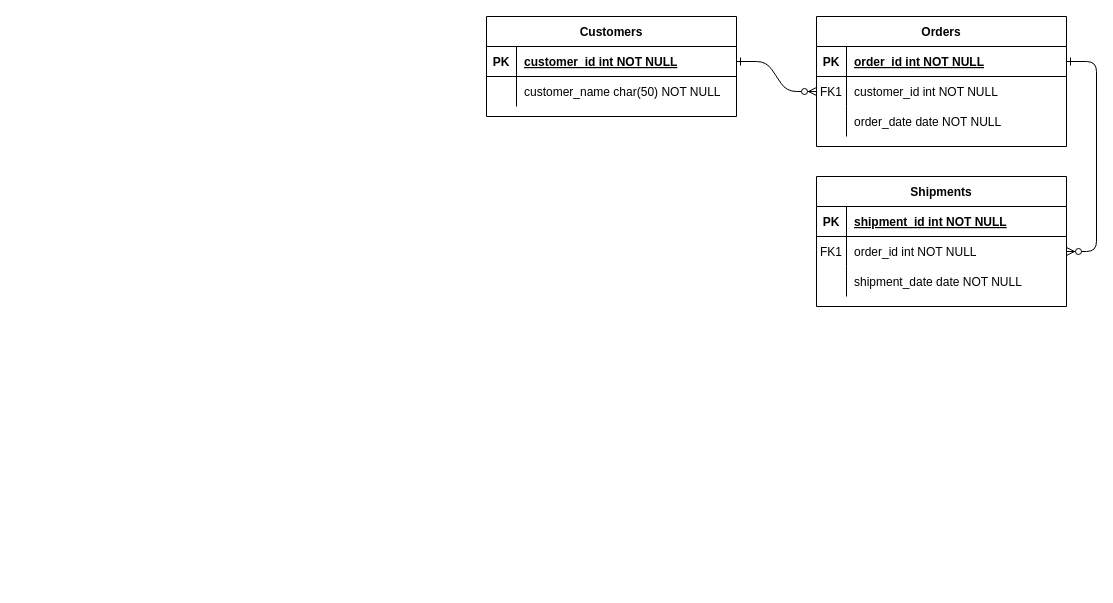
Earlier version of the draw.io diagram daily_assignment.drawio (ahmadanwar93/SET_Day_28). Source tidied: cells renumbered, new cells numbered last; positions are measured from the earlier drawing's top-left corner, leaving out a move shared by most shapes. Both pictures are drawn from the tidied source at 100%, with x=0, y=0 at pixel (486, 16).
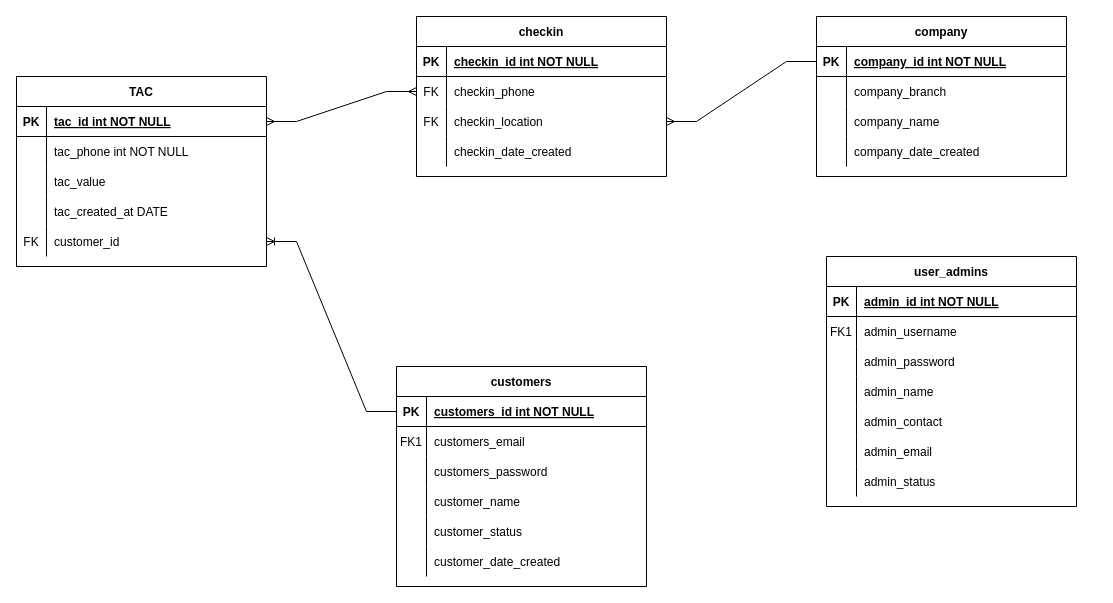
Above is the later version.

The change refers to these unchanged cells:
```xml
<mxCell id="5" style="shape=partialRectangle;fillColor=none;points=[[0,0.5],[1,0.5]];portConstraint=eastwest;top=0;left=0;right=0;bottom=1;" parent="4" vertex="1">
  <mxGeometry y="30" width="250" height="30" as="geometry" />
</mxCell>
<mxCell id="15" style="shape=partialRectangle;fillColor=none;top=0;left=0;right=0;bottom=1;" parent="14" vertex="1">
  <mxGeometry y="30" width="250" height="30" as="geometry" />
</mxCell>
<mxCell id="18" style="shape=partialRectangle;fillColor=none;points=[[0,0.5],[1,0.5]];portConstraint=eastwest;top=0;left=0;right=0;bottom=0;" parent="14" vertex="1">
  <mxGeometry y="60" width="250" height="30" as="geometry" />
</mxCell>
<mxCell id="25" style="shape=partialRectangle;fillColor=none;points=[[0,0.5],[1,0.5]];portConstraint=eastwest;top=0;left=0;right=0;bottom=1;" parent="24" vertex="1">
  <mxGeometry y="30" width="250" height="30" as="geometry" />
</mxCell>
```

Diff of the diagram source:
```diff
@@
-    <mxCell id="2" style="edgeStyle=entityRelationEdgeStyle;endArrow=ERzeroToMany;startArrow=ERone;endFill=1;startFill=0;" parent="1" edge="1" source="25" target="8">
-      <mxGeometry relative="1" as="geometry" />
-    </mxCell>
-    <mxCell id="3" style="edgeStyle=entityRelationEdgeStyle;endArrow=ERzeroToMany;startArrow=ERone;endFill=1;startFill=0;" parent="1" edge="1" source="5" target="18">
-      <mxGeometry relative="1" as="geometry" />
-    </mxCell>
-    <mxCell id="4" value="Orders" style="shape=table;startSize=30;childLayout=tableLayout;rowLines=0;fontStyle=1;align=center;" parent="1" vertex="1">
-      <mxGeometry x="330" width="250" height="130" as="geometry" />
+    <mxCell id="4" value="company" style="shape=table;startSize=30;childLayout=tableLayout;rowLines=0;fontStyle=1;align=center;" parent="1" vertex="1">
+      <mxGeometry x="330" width="250" height="160" as="geometry" />
     </mxCell>
@@
-    <mxCell id="7" value="order_id int NOT NULL " style="shape=partialRectangle;overflow=hidden;fillColor=none;top=0;left=0;bottom=0;right=0;align=left;spacingLeft=6;fontStyle=5;" parent="5" vertex="1">
+    <mxCell id="7" value="company_id int NOT NULL " style="shape=partialRectangle;overflow=hidden;fillColor=none;top=0;left=0;bottom=0;right=0;align=left;spacingLeft=6;fontStyle=5;" parent="5" vertex="1">
       <mxGeometry x="30" width="220" height="30" as="geometry" />
     </mxCell>
+    <mxCell id="11" style="shape=partialRectangle;fillColor=none;top=0;left=0;right=0;bottom=0;" parent="4" vertex="1">
+      <mxGeometry y="60" width="250" height="30" as="geometry" />
+    </mxCell>
+    <mxCell id="12" style="shape=partialRectangle;overflow=hidden;fillColor=none;top=0;left=0;bottom=0;right=0;" parent="11" vertex="1">
+      <mxGeometry width="30" height="30" as="geometry" />
+    </mxCell>
+    <mxCell id="13" value="company_branch" style="shape=partialRectangle;overflow=hidden;fillColor=none;top=0;left=0;bottom=0;right=0;align=left;spacingLeft=6;" parent="11" vertex="1">
+      <mxGeometry x="30" width="220" height="30" as="geometry" />
+    </mxCell>
     <mxCell id="8" style="shape=partialRectangle;fillColor=none;points=[[0,0.5],[1,0.5]];portConstraint=eastwest;top=0;left=0;right=0;bottom=0;" parent="4" vertex="1">
-      <mxGeometry y="60" width="250" height="30" as="geometry" />
+      <mxGeometry y="90" width="250" height="30" as="geometry" />
     </mxCell>
-    <mxCell id="9" value="FK1" style="shape=partialRectangle;overflow=hidden;fillColor=none;top=0;left=0;bottom=0;right=0;" parent="8" vertex="1">
+    <mxCell id="9" style="shape=partialRectangle;overflow=hidden;fillColor=none;top=0;left=0;bottom=0;right=0;" parent="8" vertex="1">
       <mxGeometry width="30" height="30" as="geometry" />
     </mxCell>
-    <mxCell id="10" value="customer_id int NOT NULL" style="shape=partialRectangle;overflow=hidden;fillColor=none;top=0;left=0;bottom=0;right=0;align=left;spacingLeft=6;" parent="8" vertex="1">
+    <mxCell id="10" value="company_name" style="shape=partialRectangle;overflow=hidden;fillColor=none;top=0;left=0;bottom=0;right=0;align=left;spacingLeft=6;" parent="8" vertex="1">
       <mxGeometry x="30" width="220" height="30" as="geometry" />
     </mxCell>
-    <mxCell id="11" style="shape=partialRectangle;fillColor=none;top=0;left=0;right=0;bottom=0;" parent="4" vertex="1">
-      <mxGeometry y="90" width="250" height="30" as="geometry" />
-    </mxCell>
-    <mxCell id="12" style="shape=partialRectangle;overflow=hidden;fillColor=none;top=0;left=0;bottom=0;right=0;" parent="11" vertex="1">
-      <mxGeometry width="30" height="30" as="geometry" />
-    </mxCell>
-    <mxCell id="13" value="order_date date NOT NULL" style="shape=partialRectangle;overflow=hidden;fillColor=none;top=0;left=0;bottom=0;right=0;align=left;spacingLeft=6;" parent="11" vertex="1">
-      <mxGeometry x="30" width="220" height="30" as="geometry" />
-    </mxCell>
+    <mxCell id="31" style="shape=partialRectangle;fillColor=none;top=0;left=0;right=0;bottom=0;" parent="4" vertex="1">
+      <mxGeometry y="120" width="250" height="30" as="geometry" />
+    </mxCell>
+    <mxCell id="32" style="shape=partialRectangle;overflow=hidden;fillColor=none;top=0;left=0;bottom=0;right=0;" parent="31" vertex="1">
+      <mxGeometry width="30" height="30" as="geometry" />
+    </mxCell>
+    <mxCell id="33" value="company_date_created" style="shape=partialRectangle;overflow=hidden;fillColor=none;top=0;left=0;bottom=0;right=0;align=left;spacingLeft=6;" parent="31" vertex="1">
+      <mxGeometry x="30" width="220" height="30" as="geometry" />
+    </mxCell>
-    <mxCell id="14" value="Shipments" style="shape=table;startSize=30;childLayout=tableLayout;rowLines=0;fontStyle=1;align=center;" parent="1" vertex="1">
-      <mxGeometry x="330" y="160" width="250" height="130" as="geometry" />
+    <mxCell id="14" value="user_admins" style="shape=table;startSize=30;childLayout=tableLayout;rowLines=0;fontStyle=1;align=center;" parent="1" vertex="1">
+      <mxGeometry x="340" y="240" width="250" height="250" as="geometry" />
     </mxCell>
@@
-    <mxCell id="17" value="shipment_id int NOT NULL " style="shape=partialRectangle;overflow=hidden;fillColor=none;top=0;left=0;bottom=0;right=0;align=left;spacingLeft=6;fontStyle=5;" parent="15" vertex="1">
+    <mxCell id="17" value="admin_id int NOT NULL " style="shape=partialRectangle;overflow=hidden;fillColor=none;top=0;left=0;bottom=0;right=0;align=left;spacingLeft=6;fontStyle=5;" parent="15" vertex="1">
       <mxGeometry x="30" width="220" height="30" as="geometry" />
     </mxCell>
@@
-    <mxCell id="20" value="order_id int NOT NULL" style="shape=partialRectangle;overflow=hidden;fillColor=none;top=0;left=0;bottom=0;right=0;align=left;spacingLeft=6;" parent="18" vertex="1">
+    <mxCell id="20" value="admin_username" style="shape=partialRectangle;overflow=hidden;fillColor=none;top=0;left=0;bottom=0;right=0;align=left;spacingLeft=6;" parent="18" vertex="1">
       <mxGeometry x="30" width="220" height="30" as="geometry" />
     </mxCell>
+    <mxCell id="34" style="shape=partialRectangle;fillColor=none;top=0;left=0;right=0;bottom=0;" parent="14" vertex="1">
+      <mxGeometry y="90" width="250" height="30" as="geometry" />
+    </mxCell>
+    <mxCell id="35" style="shape=partialRectangle;overflow=hidden;fillColor=none;top=0;left=0;bottom=0;right=0;" parent="34" vertex="1">
+      <mxGeometry width="30" height="30" as="geometry" />
+    </mxCell>
+    <mxCell id="36" value="admin_password" style="shape=partialRectangle;overflow=hidden;fillColor=none;top=0;left=0;bottom=0;right=0;align=left;spacingLeft=6;" parent="34" vertex="1">
+      <mxGeometry x="30" width="220" height="30" as="geometry" />
+    </mxCell>
     <mxCell id="21" style="shape=partialRectangle;fillColor=none;top=0;left=0;right=0;bottom=0;" parent="14" vertex="1">
-      <mxGeometry y="90" width="250" height="30" as="geometry" />
+      <mxGeometry y="120" width="250" height="30" as="geometry" />
     </mxCell>
@@
-    <mxCell id="23" value="shipment_date date NOT NULL" style="shape=partialRectangle;overflow=hidden;fillColor=none;top=0;left=0;bottom=0;right=0;align=left;spacingLeft=6;" parent="21" vertex="1">
+    <mxCell id="23" value="admin_name" style="shape=partialRectangle;overflow=hidden;fillColor=none;top=0;left=0;bottom=0;right=0;align=left;spacingLeft=6;" parent="21" vertex="1">
       <mxGeometry x="30" width="220" height="30" as="geometry" />
     </mxCell>
+    <mxCell id="37" style="shape=partialRectangle;fillColor=none;top=0;left=0;right=0;bottom=0;" parent="14" vertex="1">
+      <mxGeometry y="150" width="250" height="30" as="geometry" />
+    </mxCell>
+    <mxCell id="38" style="shape=partialRectangle;overflow=hidden;fillColor=none;top=0;left=0;bottom=0;right=0;" parent="37" vertex="1">
+      <mxGeometry width="30" height="30" as="geometry" />
+    </mxCell>
+    <mxCell id="39" value="admin_contact" style="shape=partialRectangle;overflow=hidden;fillColor=none;top=0;left=0;bottom=0;right=0;align=left;spacingLeft=6;" parent="37" vertex="1">
+      <mxGeometry x="30" width="220" height="30" as="geometry" />
+    </mxCell>
+    <mxCell id="40" style="shape=partialRectangle;fillColor=none;top=0;left=0;right=0;bottom=0;" parent="14" vertex="1">
+      <mxGeometry y="180" width="250" height="30" as="geometry" />
+    </mxCell>
+    <mxCell id="41" style="shape=partialRectangle;overflow=hidden;fillColor=none;top=0;left=0;bottom=0;right=0;" parent="40" vertex="1">
+      <mxGeometry width="30" height="30" as="geometry" />
+    </mxCell>
+    <mxCell id="42" value="admin_email" style="shape=partialRectangle;overflow=hidden;fillColor=none;top=0;left=0;bottom=0;right=0;align=left;spacingLeft=6;" parent="40" vertex="1">
+      <mxGeometry x="30" width="220" height="30" as="geometry" />
+    </mxCell>
+    <mxCell id="43" style="shape=partialRectangle;fillColor=none;top=0;left=0;right=0;bottom=0;" parent="14" vertex="1">
+      <mxGeometry y="210" width="250" height="30" as="geometry" />
+    </mxCell>
+    <mxCell id="44" style="shape=partialRectangle;overflow=hidden;fillColor=none;top=0;left=0;bottom=0;right=0;" parent="43" vertex="1">
+      <mxGeometry width="30" height="30" as="geometry" />
+    </mxCell>
+    <mxCell id="45" value="admin_status" style="shape=partialRectangle;overflow=hidden;fillColor=none;top=0;left=0;bottom=0;right=0;align=left;spacingLeft=6;" parent="43" vertex="1">
+      <mxGeometry x="30" width="220" height="30" as="geometry" />
+    </mxCell>
-    <mxCell id="24" value="Customers" style="shape=table;startSize=30;childLayout=tableLayout;rowLines=0;fontStyle=1;align=center;" parent="1" vertex="1">
-      <mxGeometry width="250" height="100" as="geometry" />
+    <mxCell id="24" value="checkin" style="shape=table;startSize=30;childLayout=tableLayout;rowLines=0;fontStyle=1;align=center;" parent="1" vertex="1">
+      <mxGeometry x="-70" width="250" height="160" as="geometry" />
     </mxCell>
@@
-    <mxCell id="27" value="customer_id int NOT NULL " style="shape=partialRectangle;overflow=hidden;fillColor=none;top=0;left=0;bottom=0;right=0;align=left;spacingLeft=6;fontStyle=5;" parent="25" vertex="1">
+    <mxCell id="27" value="checkin_id int NOT NULL " style="shape=partialRectangle;overflow=hidden;fillColor=none;top=0;left=0;bottom=0;right=0;align=left;spacingLeft=6;fontStyle=5;" parent="25" vertex="1">
       <mxGeometry x="30" width="220" height="30" as="geometry" />
     </mxCell>
+    <mxCell id="46" style="shape=partialRectangle;fillColor=none;points=[[0,0.5],[1,0.5]];portConstraint=eastwest;top=0;left=0;right=0;bottom=0;" parent="24" vertex="1">
+      <mxGeometry y="60" width="250" height="30" as="geometry" />
+    </mxCell>
+    <mxCell id="47" value="FK" style="shape=partialRectangle;overflow=hidden;fillColor=none;top=0;left=0;bottom=0;right=0;" parent="46" vertex="1">
+      <mxGeometry width="30" height="30" as="geometry" />
+    </mxCell>
+    <mxCell id="48" value="checkin_phone" style="shape=partialRectangle;overflow=hidden;fillColor=none;top=0;left=0;bottom=0;right=0;align=left;spacingLeft=6;" parent="46" vertex="1">
+      <mxGeometry x="30" width="220" height="30" as="geometry" />
+    </mxCell>
+    <mxCell id="49" style="shape=partialRectangle;fillColor=none;points=[[0,0.5],[1,0.5]];portConstraint=eastwest;top=0;left=0;right=0;bottom=0;" parent="24" vertex="1">
+      <mxGeometry y="90" width="250" height="30" as="geometry" />
+    </mxCell>
+    <mxCell id="50" value="FK" style="shape=partialRectangle;overflow=hidden;fillColor=none;top=0;left=0;bottom=0;right=0;" parent="49" vertex="1">
+      <mxGeometry width="30" height="30" as="geometry" />
+    </mxCell>
+    <mxCell id="51" value="checkin_location" style="shape=partialRectangle;overflow=hidden;fillColor=none;top=0;left=0;bottom=0;right=0;align=left;spacingLeft=6;" parent="49" vertex="1">
+      <mxGeometry x="30" width="220" height="30" as="geometry" />
+    </mxCell>
     <mxCell id="28" style="shape=partialRectangle;fillColor=none;top=0;left=0;right=0;bottom=0;" parent="24" vertex="1">
-      <mxGeometry y="60" width="250" height="30" as="geometry" />
+      <mxGeometry y="120" width="250" height="30" as="geometry" />
     </mxCell>
@@
-    <mxCell id="30" value="customer_name char(50) NOT NULL" style="shape=partialRectangle;overflow=hidden;fillColor=none;top=0;left=0;bottom=0;right=0;align=left;spacingLeft=6;" parent="28" vertex="1">
+    <mxCell id="30" value="checkin_date_created" style="shape=partialRectangle;overflow=hidden;fillColor=none;top=0;left=0;bottom=0;right=0;align=left;spacingLeft=6;" parent="28" vertex="1">
       <mxGeometry x="30" width="220" height="30" as="geometry" />
     </mxCell>
+    <mxCell id="52" value="TAC" style="shape=table;startSize=30;childLayout=tableLayout;rowLines=0;fontStyle=1;align=center;" parent="1" vertex="1">
+      <mxGeometry x="-470" y="60" width="250" height="190" as="geometry" />
+    </mxCell>
+    <mxCell id="53" style="shape=partialRectangle;fillColor=none;points=[[0,0.5],[1,0.5]];portConstraint=eastwest;top=0;left=0;right=0;bottom=1;" parent="52" vertex="1">
+      <mxGeometry y="30" width="250" height="30" as="geometry" />
+    </mxCell>
+    <mxCell id="54" value="PK" style="shape=partialRectangle;overflow=hidden;fillColor=none;top=0;left=0;bottom=0;right=0;fontStyle=1;" parent="53" vertex="1">
+      <mxGeometry width="30" height="30" as="geometry" />
+    </mxCell>
+    <mxCell id="55" value="tac_id int NOT NULL " style="shape=partialRectangle;overflow=hidden;fillColor=none;top=0;left=0;bottom=0;right=0;align=left;spacingLeft=6;fontStyle=5;" parent="53" vertex="1">
+      <mxGeometry x="30" width="220" height="30" as="geometry" />
+    </mxCell>
+    <mxCell id="56" style="shape=partialRectangle;fillColor=none;top=0;left=0;right=0;bottom=0;" parent="52" vertex="1">
+      <mxGeometry y="60" width="250" height="30" as="geometry" />
+    </mxCell>
+    <mxCell id="57" style="shape=partialRectangle;overflow=hidden;fillColor=none;top=0;left=0;bottom=0;right=0;" parent="56" vertex="1">
+      <mxGeometry width="30" height="30" as="geometry" />
+    </mxCell>
+    <mxCell id="58" value="tac_phone int NOT NULL" style="shape=partialRectangle;overflow=hidden;fillColor=none;top=0;left=0;bottom=0;right=0;align=left;spacingLeft=6;" parent="56" vertex="1">
+      <mxGeometry x="30" width="220" height="30" as="geometry" />
+    </mxCell>
+    <mxCell id="59" style="shape=partialRectangle;fillColor=none;top=0;left=0;right=0;bottom=0;" parent="52" vertex="1">
+      <mxGeometry y="90" width="250" height="30" as="geometry" />
+    </mxCell>
+    <mxCell id="60" style="shape=partialRectangle;overflow=hidden;fillColor=none;top=0;left=0;bottom=0;right=0;" parent="59" vertex="1">
+      <mxGeometry width="30" height="30" as="geometry" />
+    </mxCell>
+    <mxCell id="61" value="tac_value  " style="shape=partialRectangle;overflow=hidden;fillColor=none;top=0;left=0;bottom=0;right=0;align=left;spacingLeft=6;" parent="59" vertex="1">
+      <mxGeometry x="30" width="220" height="30" as="geometry" />
+    </mxCell>
+    <mxCell id="62" style="shape=partialRectangle;fillColor=none;top=0;left=0;right=0;bottom=0;" parent="52" vertex="1">
+      <mxGeometry y="120" width="250" height="30" as="geometry" />
+    </mxCell>
+    <mxCell id="63" style="shape=partialRectangle;overflow=hidden;fillColor=none;top=0;left=0;bottom=0;right=0;" parent="62" vertex="1">
+      <mxGeometry width="30" height="30" as="geometry" />
+    </mxCell>
+    <mxCell id="64" value="tac_created_at DATE" style="shape=partialRectangle;overflow=hidden;fillColor=none;top=0;left=0;bottom=0;right=0;align=left;spacingLeft=6;" parent="62" vertex="1">
+      <mxGeometry x="30" width="220" height="30" as="geometry" />
+    </mxCell>
+    <mxCell id="65" style="shape=partialRectangle;fillColor=none;points=[[0,0.5],[1,0.5]];portConstraint=eastwest;top=0;left=0;right=0;bottom=0;" parent="52" vertex="1">
+      <mxGeometry y="150" width="250" height="30" as="geometry" />
+    </mxCell>
+    <mxCell id="66" value="FK" style="shape=partialRectangle;overflow=hidden;fillColor=none;top=0;left=0;bottom=0;right=0;" parent="65" vertex="1">
+      <mxGeometry width="30" height="30" as="geometry" />
+    </mxCell>
+    <mxCell id="67" value="customer_id" style="shape=partialRectangle;overflow=hidden;fillColor=none;top=0;left=0;bottom=0;right=0;align=left;spacingLeft=6;" parent="65" vertex="1">
+      <mxGeometry x="30" width="220" height="30" as="geometry" />
+    </mxCell>
+    <mxCell id="68" value="customers" style="shape=table;startSize=30;childLayout=tableLayout;rowLines=0;fontStyle=1;align=center;" parent="1" vertex="1">
+      <mxGeometry x="-90" y="350" width="250" height="220" as="geometry" />
+    </mxCell>
+    <mxCell id="69" style="shape=partialRectangle;fillColor=none;points=[[0,0.5],[1,0.5]];portConstraint=eastwest;top=0;left=0;right=0;bottom=1;" parent="68" vertex="1">
+      <mxGeometry y="30" width="250" height="30" as="geometry" />
+    </mxCell>
+    <mxCell id="70" value="PK" style="shape=partialRectangle;overflow=hidden;fillColor=none;top=0;left=0;bottom=0;right=0;fontStyle=1;" parent="69" vertex="1">
+      <mxGeometry width="30" height="30" as="geometry" />
+    </mxCell>
+    <mxCell id="71" value="customers_id int NOT NULL " style="shape=partialRectangle;overflow=hidden;fillColor=none;top=0;left=0;bottom=0;right=0;align=left;spacingLeft=6;fontStyle=5;" parent="69" vertex="1">
+      <mxGeometry x="30" width="220" height="30" as="geometry" />
+    </mxCell>
+    <mxCell id="72" style="shape=partialRectangle;fillColor=none;top=0;left=0;right=0;bottom=0;" parent="68" vertex="1">
+      <mxGeometry y="60" width="250" height="30" as="geometry" />
+    </mxCell>
+    <mxCell id="73" value="FK1" style="shape=partialRectangle;overflow=hidden;fillColor=none;top=0;left=0;bottom=0;right=0;" parent="72" vertex="1">
+      <mxGeometry width="30" height="30" as="geometry" />
+    </mxCell>
+    <mxCell id="74" value="customers_email" style="shape=partialRectangle;overflow=hidden;fillColor=none;top=0;left=0;bottom=0;right=0;align=left;spacingLeft=6;" parent="72" vertex="1">
+      <mxGeometry x="30" width="220" height="30" as="geometry" />
+    </mxCell>
+    <mxCell id="75" style="shape=partialRectangle;fillColor=none;top=0;left=0;right=0;bottom=0;" parent="68" vertex="1">
+      <mxGeometry y="90" width="250" height="30" as="geometry" />
+    </mxCell>
+    <mxCell id="76" style="shape=partialRectangle;overflow=hidden;fillColor=none;top=0;left=0;bottom=0;right=0;" parent="75" vertex="1">
+      <mxGeometry width="30" height="30" as="geometry" />
+    </mxCell>
+    <mxCell id="77" value="customers_password" style="shape=partialRectangle;overflow=hidden;fillColor=none;top=0;left=0;bottom=0;right=0;align=left;spacingLeft=6;" parent="75" vertex="1">
+      <mxGeometry x="30" width="220" height="30" as="geometry" />
+    </mxCell>
+    <mxCell id="78" style="shape=partialRectangle;fillColor=none;top=0;left=0;right=0;bottom=0;" parent="68" vertex="1">
+      <mxGeometry y="120" width="250" height="30" as="geometry" />
+    </mxCell>
+    <mxCell id="79" style="shape=partialRectangle;overflow=hidden;fillColor=none;top=0;left=0;bottom=0;right=0;" parent="78" vertex="1">
+      <mxGeometry width="30" height="30" as="geometry" />
+    </mxCell>
+    <mxCell id="80" value="customer_name" style="shape=partialRectangle;overflow=hidden;fillColor=none;top=0;left=0;bottom=0;right=0;align=left;spacingLeft=6;" parent="78" vertex="1">
+      <mxGeometry x="30" width="220" height="30" as="geometry" />
+    </mxCell>
+    <mxCell id="81" style="shape=partialRectangle;fillColor=none;top=0;left=0;right=0;bottom=0;" parent="68" vertex="1">
+      <mxGeometry y="150" width="250" height="30" as="geometry" />
+    </mxCell>
+    <mxCell id="82" style="shape=partialRectangle;overflow=hidden;fillColor=none;top=0;left=0;bottom=0;right=0;" parent="81" vertex="1">
+      <mxGeometry width="30" height="30" as="geometry" />
+    </mxCell>
+    <mxCell id="83" value="customer_status" style="shape=partialRectangle;overflow=hidden;fillColor=none;top=0;left=0;bottom=0;right=0;align=left;spacingLeft=6;" parent="81" vertex="1">
+      <mxGeometry x="30" width="220" height="30" as="geometry" />
+    </mxCell>
+    <mxCell id="84" style="shape=partialRectangle;fillColor=none;top=0;left=0;right=0;bottom=0;" parent="68" vertex="1">
+      <mxGeometry y="180" width="250" height="30" as="geometry" />
+    </mxCell>
+    <mxCell id="85" style="shape=partialRectangle;overflow=hidden;fillColor=none;top=0;left=0;bottom=0;right=0;" parent="84" vertex="1">
+      <mxGeometry width="30" height="30" as="geometry" />
+    </mxCell>
+    <mxCell id="86" value="customer_date_created" style="shape=partialRectangle;overflow=hidden;fillColor=none;top=0;left=0;bottom=0;right=0;align=left;spacingLeft=6;" parent="84" vertex="1">
+      <mxGeometry x="30" width="220" height="30" as="geometry" />
+    </mxCell>
+    <mxCell id="87" style="edgeStyle=entityRelationEdgeStyle;fontSize=12;html=1;endArrow=ERoneToMany;rounded=0;exitX=0;exitY=0.5;exitDx=0;exitDy=0;entryX=1;entryY=0.5;entryDx=0;entryDy=0;" parent="1" edge="1" source="69" target="65">
+      <mxGeometry relative="1" as="geometry" />
+    </mxCell>
+    <mxCell id="88" style="edgeStyle=entityRelationEdgeStyle;fontSize=12;html=1;endArrow=ERmany;startArrow=ERmany;rounded=0;entryX=0;entryY=0.5;entryDx=0;entryDy=0;exitX=1;exitY=0.5;exitDx=0;exitDy=0;" parent="1" edge="1" source="53" target="46">
+      <mxGeometry relative="1" as="geometry" />
+    </mxCell>
+    <mxCell id="89" style="edgeStyle=entityRelationEdgeStyle;fontSize=12;html=1;endArrow=ERmany;rounded=0;entryX=1;entryY=0.5;entryDx=0;entryDy=0;exitX=0;exitY=0.5;exitDx=0;exitDy=0;" parent="1" edge="1" source="5" target="49">
+      <mxGeometry relative="1" as="geometry" />
+    </mxCell>
```
